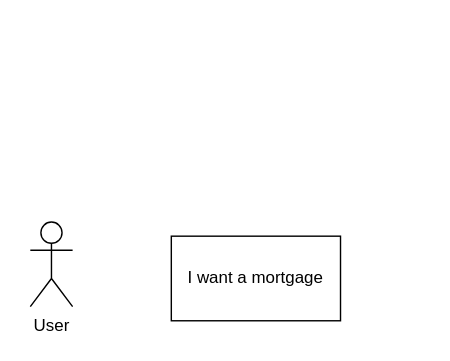
abossard/can-i-haz-houze keeps this draw.io diagram as design.drawio. Above is the earlier version. Source tidied: cells renumbered, new cells numbered last; positions are measured from the earlier drawing's top-left corner, leaving out a move shared by most shapes. Both pictures are drawn from the tidied source at 141%, with x=0, y=0 at pixel (30, 221).
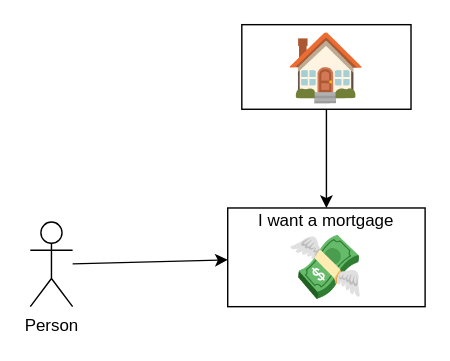
Above is the later version.

Commit message (it also covers changes not shown here):
feat: Implement Unix signal handling to log and ignore termination signals on non-Windows platforms

What changed in the source:
```diff
@@
 <mxGraphModel>
   <root>
     <mxCell id="0" />
     <mxCell id="1" parent="0" />
-    <mxCell id="2" value="I want a mortgage" style="rounded=0;whiteSpace=wrap;html=1;" parent="1" vertex="1">
-      <mxGeometry x="100" y="10" width="120" height="60" as="geometry" />
+    <mxCell id="2" value="I want a mortgage&lt;div&gt;&lt;font style=&quot;font-size: 44px;&quot;&gt;💸&lt;/font&gt;&lt;/div&gt;" style="rounded=0;whiteSpace=wrap;html=1;" parent="1" vertex="1">
+      <mxGeometry x="140" y="-10" width="140" height="70" as="geometry" />
     </mxCell>
+    <mxCell id="4" style="edgeStyle=none;html=1;" parent="1" edge="1" source="3" target="2">
+      <mxGeometry relative="1" as="geometry" />
+    </mxCell>
-    <mxCell id="3" value="User" style="shape=umlActor;verticalLabelPosition=bottom;verticalAlign=top;html=1;outlineConnect=0;" parent="1" vertex="1">
+    <mxCell id="3" value="Person" style="shape=umlActor;verticalLabelPosition=bottom;verticalAlign=top;html=1;outlineConnect=0;" parent="1" vertex="1">
       <mxGeometry width="30" height="60" as="geometry" />
     </mxCell>
+    <mxCell id="5" style="edgeStyle=none;html=1;" parent="1" edge="1" source="6" target="2">
+      <mxGeometry relative="1" as="geometry" />
+    </mxCell>
+    <mxCell id="6" value="&lt;font style=&quot;font-size: 46px;&quot;&gt;🏠&lt;/font&gt;" style="rounded=0;whiteSpace=wrap;html=1;" parent="1" vertex="1">
+      <mxGeometry x="150" y="-140" width="120" height="60" as="geometry" />
+    </mxCell>
   </root>
 </mxGraphModel>
```
